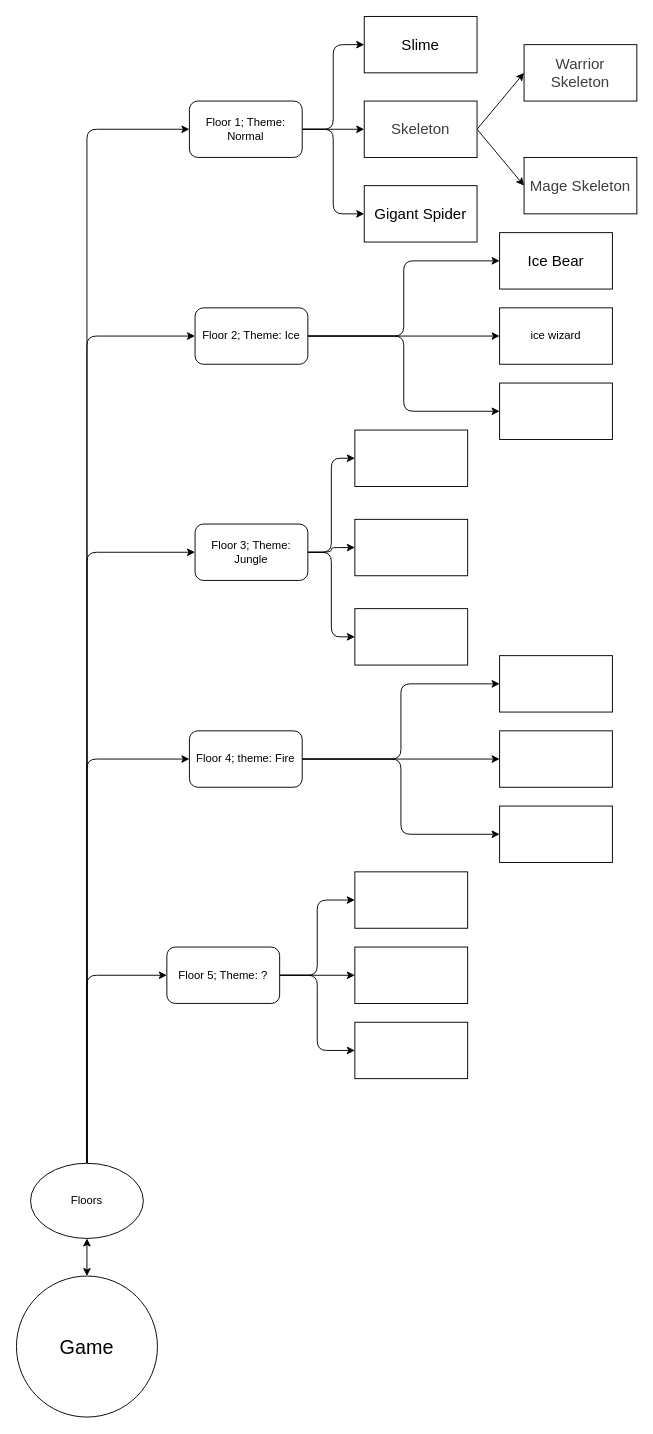
Above: page "Monsters" (2 of 2) of model.drawio in GLSDS/RPG (draw.io), before the change. Source tidied: cells renumbered, new cells numbered last; positions are measured from the earlier drawing's top-left corner, leaving out a move shared by most shapes. Both pictures are drawn from the tidied source at 94%, with x=0, y=0 at pixel (16, 16).
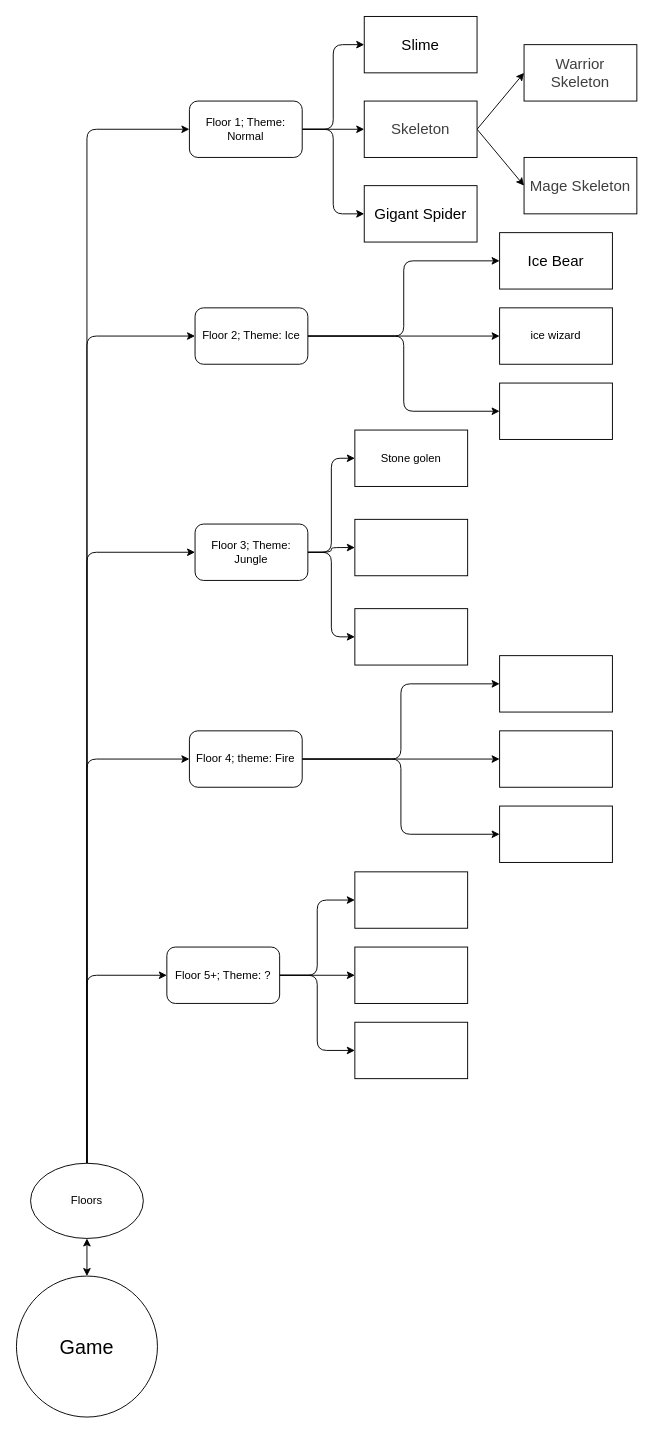
Above is the later version.

What changed in the source:
```diff
@@
-    <mxCell id="34" style="rounded=0;whiteSpace=wrap;html=1;" parent="1" vertex="1">
+    <mxCell id="34" value="Stone golen" style="rounded=0;whiteSpace=wrap;html=1;" parent="1" vertex="1">
       <mxGeometry x="360" y="440" width="120" height="60" as="geometry" />
     </mxCell>
@@
-    <mxCell id="43" value="Floor 5; Theme: ?" style="rounded=1;whiteSpace=wrap;html=1;" parent="1" vertex="1">
+    <mxCell id="43" value="Floor 5+; Theme: ?" style="rounded=1;whiteSpace=wrap;html=1;" parent="1" vertex="1">
       <mxGeometry x="160" y="990" width="120" height="60" as="geometry" />
     </mxCell>
```
